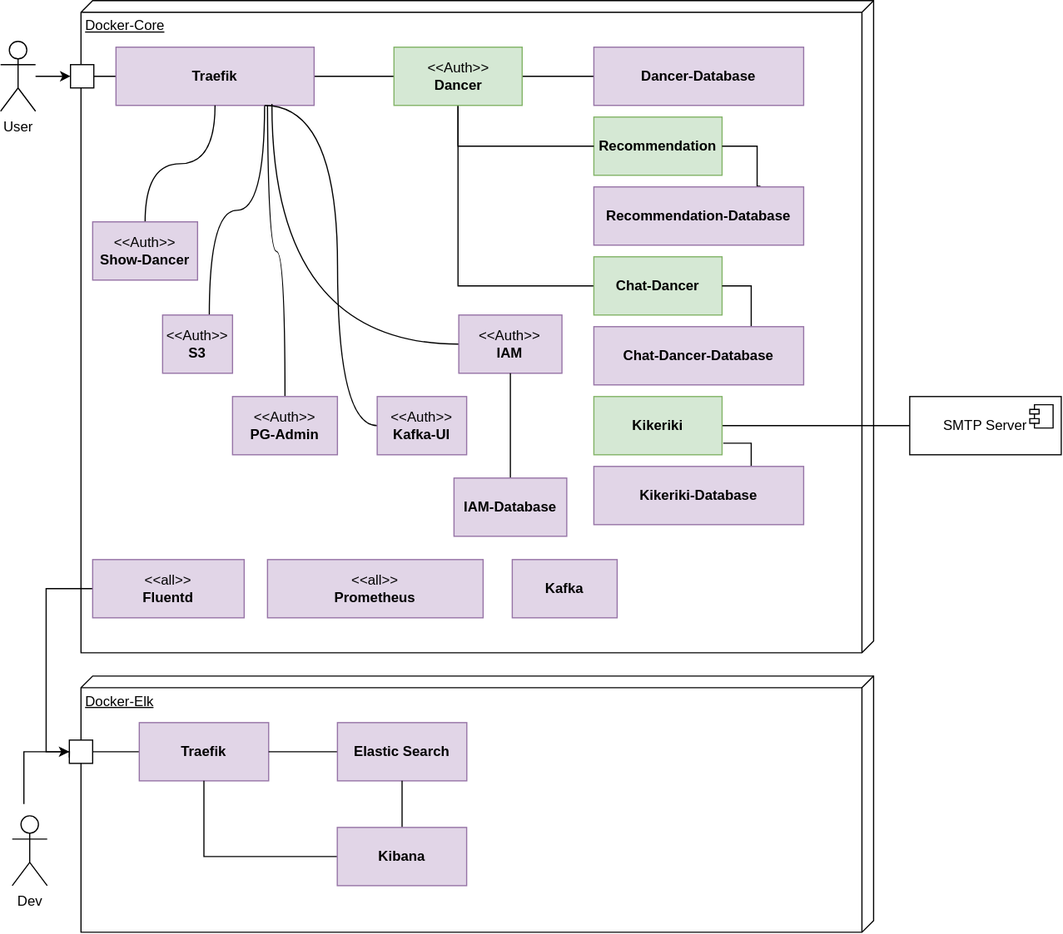
dancier/documentation keeps this draw.io diagram as src/main/jbake/content/documentation/arc42/images/deployment.drawio.svg. Above is the earlier version. Source tidied: cells renumbered, new cells last; positions are measured from the earlier drawing's top-left corner, leaving out a move shared by most shapes.
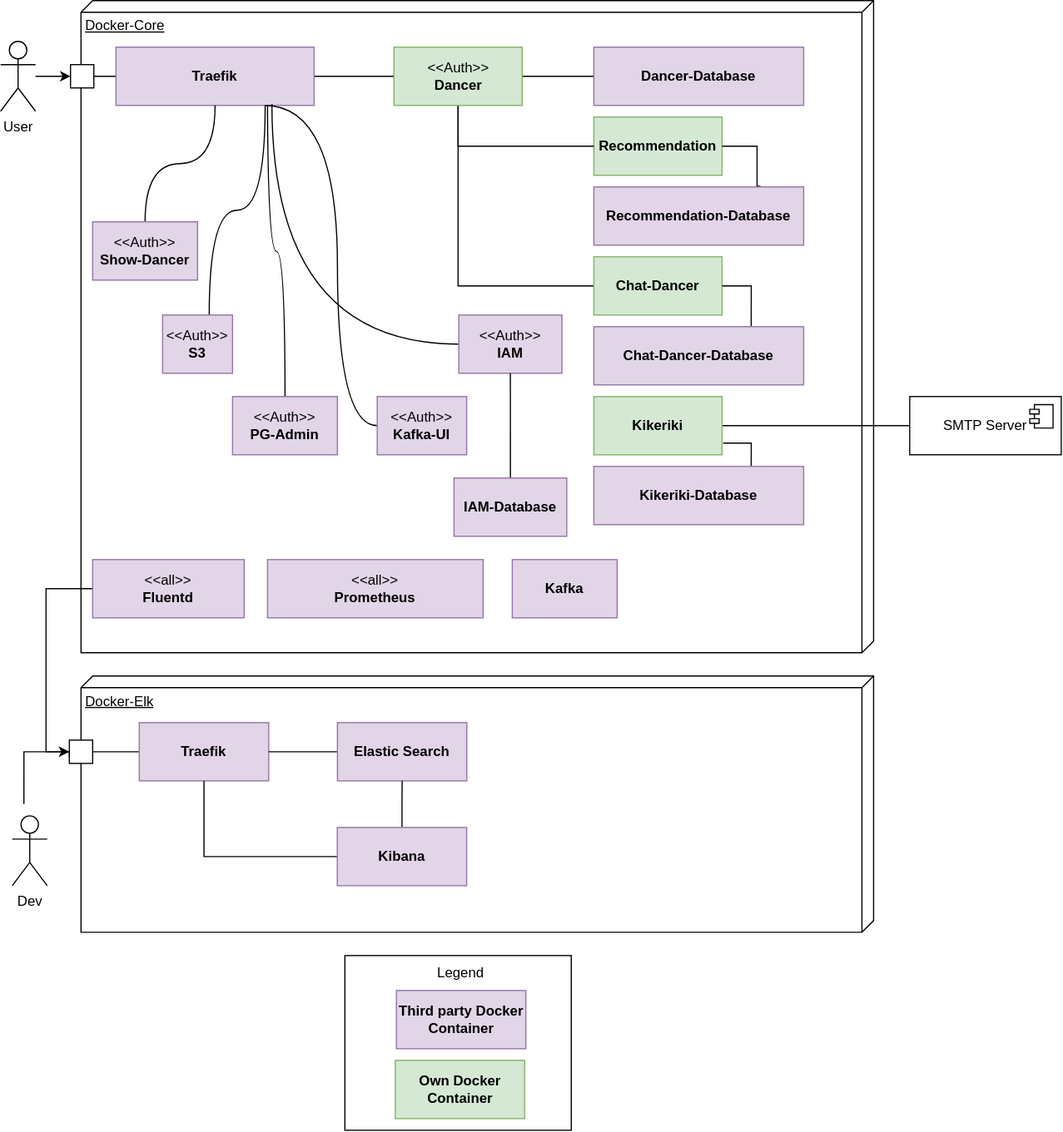
Later version of the same file.

The edit, as a diff of the source:
```diff
@@ -5,7 +5,7 @@
     <mxCell id="2" value="Docker-Core" style="verticalAlign=top;align=left;spacingTop=8;spacingLeft=2;spacingRight=12;shape=cube;size=10;direction=south;fontStyle=4;html=1;whiteSpace=wrap;" parent="1" vertex="1">
       <mxGeometry x="69" width="680" height="560" as="geometry" />
     </mxCell>
-    <mxCell id="3" style="edgeStyle=orthogonalEdgeStyle;jettySize=auto;html=1;entryX=0.75;entryY=1;entryDx=0;entryDy=0;curved=1;endArrow=none;endFill=0;" parent="1" edge="1" source="4" target="7">
+    <mxCell id="3" style="edgeStyle=orthogonalEdgeStyle;jettySize=auto;html=1;curved=1;endArrow=none;endFill=0;" parent="1" edge="1" source="4" target="7">
       <mxGeometry relative="1" as="geometry">
         <Array as="points">
           <mxPoint x="179" y="180" />
@@ -190,5 +190,17 @@
     <mxCell id="52" value="Dev" style="shape=umlActor;verticalLabelPosition=bottom;verticalAlign=top;html=1;" parent="1" vertex="1">
       <mxGeometry x="10" y="700" width="30" height="60" as="geometry" />
     </mxCell>
+    <mxCell id="53" style="rounded=0;whiteSpace=wrap;html=1;" parent="1" vertex="1">
+      <mxGeometry x="295.4" y="820" width="194.2" height="150" as="geometry" />
+    </mxCell>
+    <mxCell id="54" value="&lt;b&gt;Third party Docker Container&lt;/b&gt;" style="html=1;whiteSpace=wrap;fillColor=#e1d5e7;strokeColor=#9673a6;" parent="1" vertex="1">
+      <mxGeometry x="339.6" y="850" width="111" height="50" as="geometry" />
+    </mxCell>
+    <mxCell id="55" value="&lt;b&gt;Own Docker Container&lt;/b&gt;" style="html=1;whiteSpace=wrap;fillColor=#d5e8d4;strokeColor=#82b366;" parent="1" vertex="1">
+      <mxGeometry x="338.6" y="910" width="111" height="50" as="geometry" />
+    </mxCell>
+    <mxCell id="56" value="Legend" style="text;html=1;strokeColor=none;fillColor=none;align=center;verticalAlign=middle;whiteSpace=wrap;rounded=0;" parent="1" vertex="1">
+      <mxGeometry x="365.1" y="820" width="60" height="30" as="geometry" />
+    </mxCell>
   </root>
 </mxGraphModel>
```
